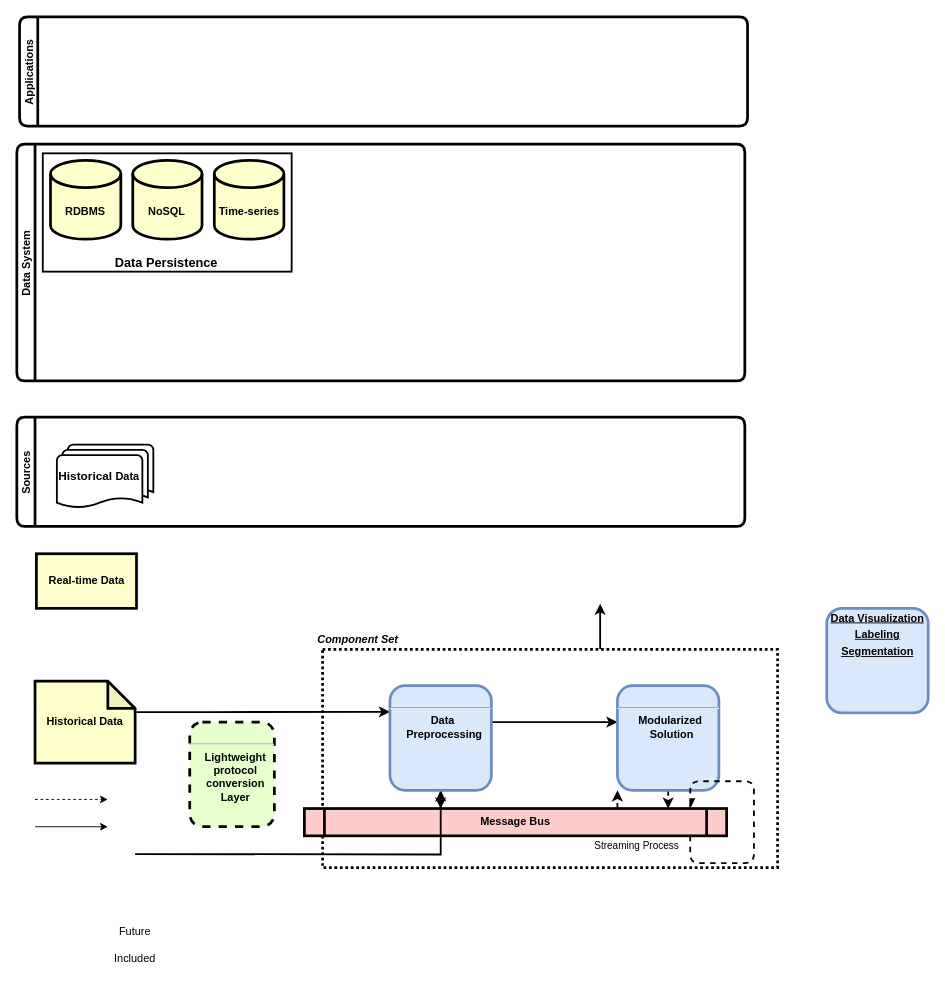
Before: data-flow-simple.drawio in licongchao/Customized-Charts, a draw.io diagram. Source tidied: cells renumbered, new cells numbered last; positions are measured from the earlier drawing's top-left corner, leaving out a move shared by most shapes. Both pictures are drawn from the tidied source at 91%, with x=0, y=0 at pixel (16, 16).
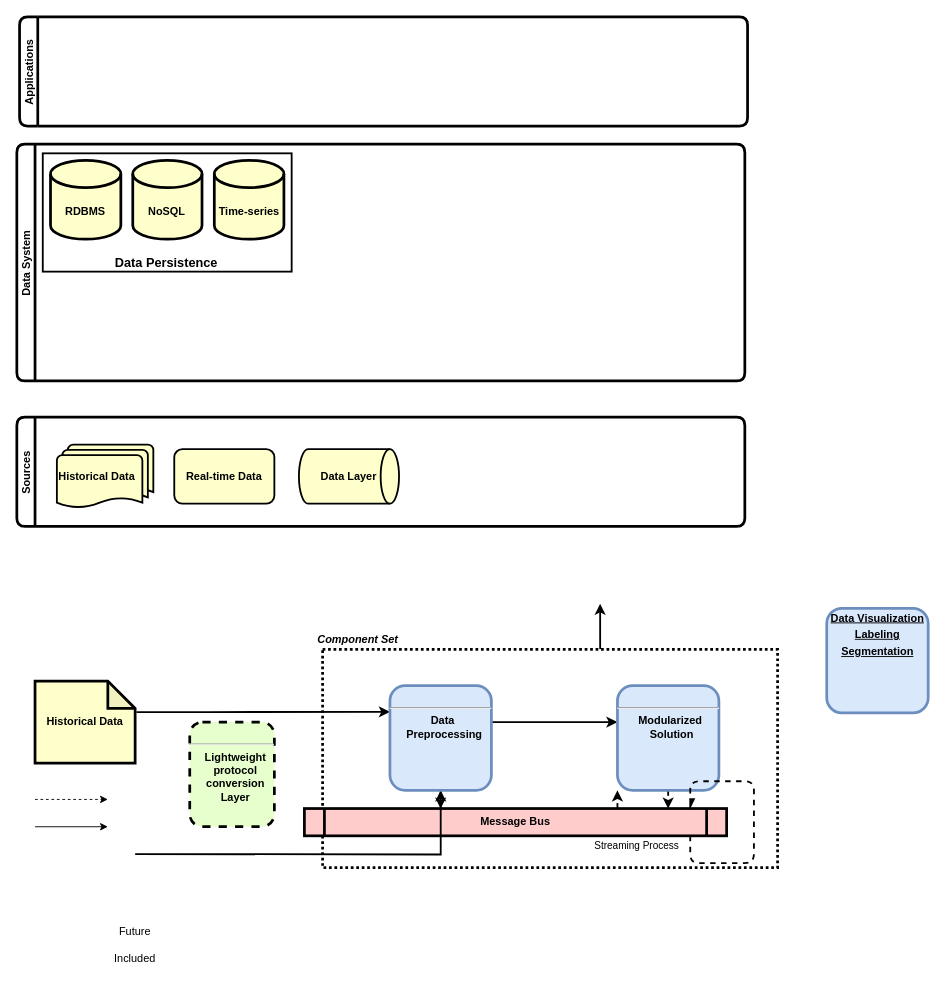
The same page after the edit.

The change refers to these unchanged cells:
```xml
<mxCell id="35" value="Sources" style="swimlane;startSize=20;horizontal=0;rounded=1;strokeWidth=3;" parent="1" vertex="1">
  <mxGeometry y="440" width="800" height="120" as="geometry" />
</mxCell>
```

What changed in the source:
```diff
@@
-    <mxCell id="5" value="Real-time Data" style="whiteSpace=wrap;align=center;verticalAlign=middle;fontStyle=1;strokeWidth=3;fillColor=#FFFFCC;" parent="1" vertex="1">
-      <mxGeometry x="21.5" y="590" width="110" height="60" as="geometry" />
-    </mxCell>
@@
-    <mxCell id="36" value="&lt;font style=&quot;font-size: 13px&quot;&gt;&lt;b&gt;Historical &lt;/b&gt;&lt;/font&gt;&lt;b&gt;Data&lt;/b&gt;" style="strokeWidth=2;html=1;shape=mxgraph.flowchart.multi-document;whiteSpace=wrap;rounded=1;align=left;" parent="35" vertex="1">
+    <mxCell id="36" value="&lt;font style=&quot;font-size: 12px&quot;&gt;&lt;font style=&quot;font-size: 12px&quot;&gt;&lt;b&gt;Historical &lt;/b&gt;&lt;/font&gt;&lt;b&gt;Data&lt;/b&gt;&lt;/font&gt;" style="strokeWidth=2;html=1;shape=mxgraph.flowchart.multi-document;whiteSpace=wrap;rounded=1;align=left;fillColor=#FFFFCC;" parent="35" vertex="1">
       <mxGeometry x="44" y="30" width="106" height="70" as="geometry" />
     </mxCell>
+    <mxCell id="5" value="Real-time Data" style="whiteSpace=wrap;align=center;verticalAlign=middle;fontStyle=1;strokeWidth=2;fillColor=#FFFFCC;rounded=1;glass=0;sketch=0;shadow=0;" parent="35" vertex="1">
+      <mxGeometry x="173" y="35" width="110" height="60" as="geometry" />
+    </mxCell>
+    <mxCell id="37" value="&lt;b&gt;Data Layer&lt;/b&gt;" style="strokeWidth=2;html=1;shape=mxgraph.flowchart.direct_data;whiteSpace=wrap;rounded=1;shadow=0;glass=0;sketch=0;fillColor=#FFFFCC;align=center;" parent="35" vertex="1">
+      <mxGeometry x="310" y="35" width="110" height="60" as="geometry" />
+    </mxCell>
```
